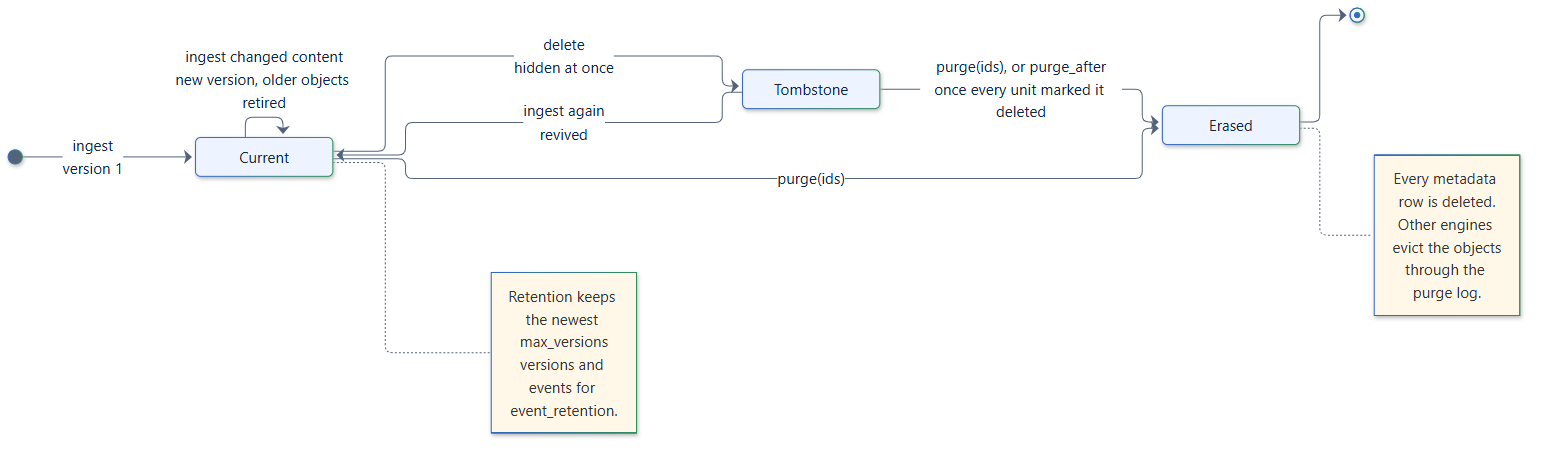
smuniharish/retrievalloom keeps this Mermaid diagram as docs/assets/diagrams/document-lifecycle.png. Above is the earlier version. Its source is kept beside it as diagrams/document-lifecycle.mmd.
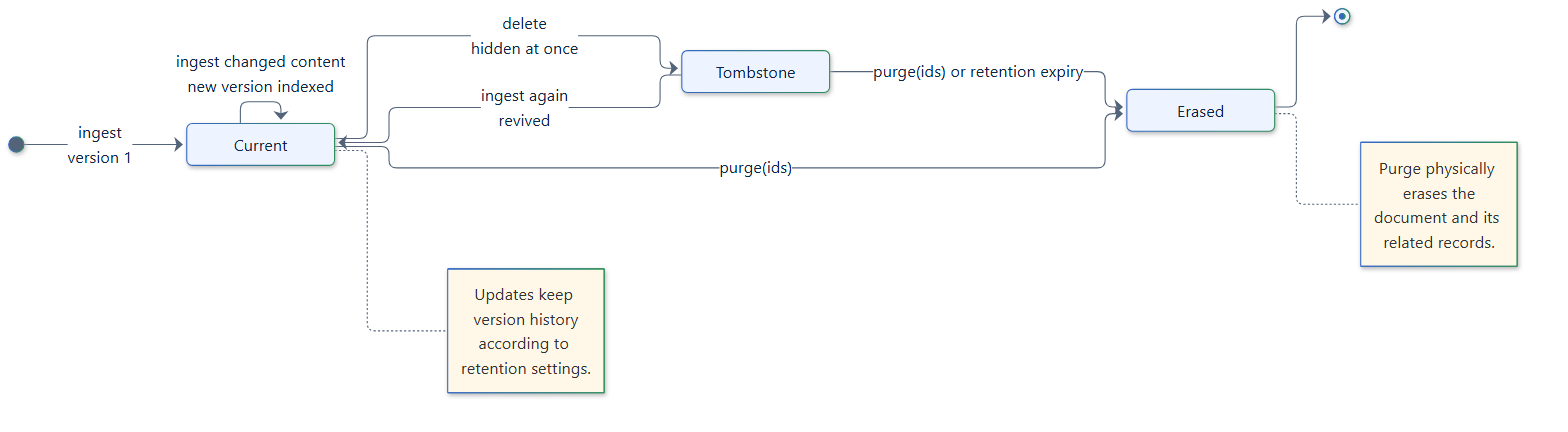
Later version of the same file.

Diff of the diagram source:
```diff
@@ -1,19 +1,18 @@
 stateDiagram-v2
     direction LR
     [*] --> Current: ingest<br/>version 1
-    Current --> Current: ingest changed content<br/>new version, older objects retired
+    Current --> Current: ingest changed content<br/>new version indexed
     Current --> Tombstone: delete<br/>hidden at once
     Tombstone --> Current: ingest again<br/>revived
-    Tombstone --> Erased: purge(ids), or purge_after<br/>once every unit marked it deleted
+    Tombstone --> Erased: purge(ids) or retention expiry
     Current --> Erased: purge(ids)
     Erased --> [*]
 
     note right of Current
-        Retention keeps the newest max_versions
-        versions and events for event_retention.
+        Updates keep version history
+        according to retention settings.
     end note
     note right of Erased
-        Every metadata row is deleted.
-        Other engines evict the objects
-        through the purge log.
+        Purge physically erases the
+        document and its related records.
     end note
```
